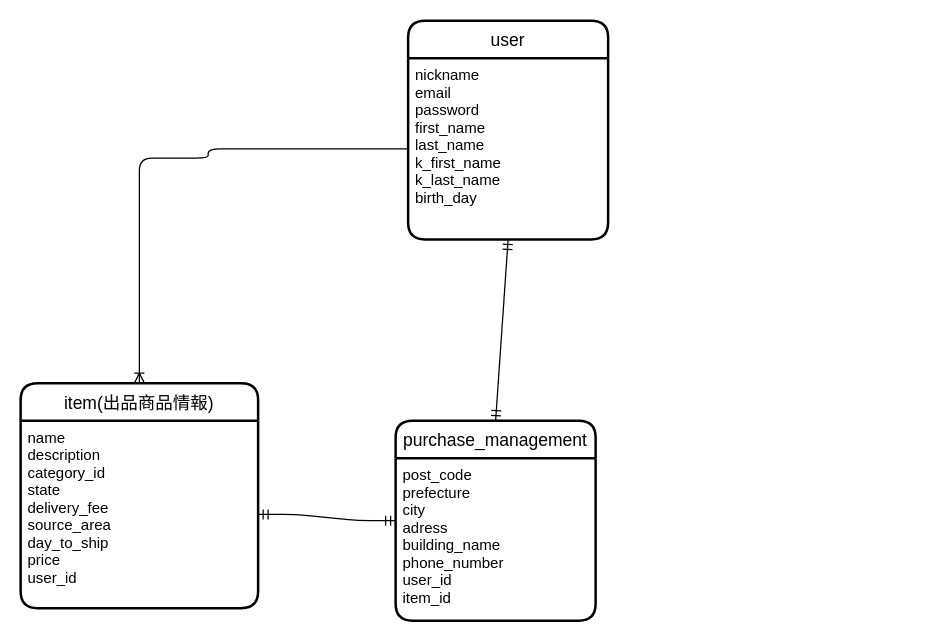
Earlier version of the draw.io diagram furima-33919.dio (katsu0510/furima-33919). Source tidied: cells renumbered, new cells numbered last; positions are measured from the earlier drawing's top-left corner, leaving out a move shared by most shapes. Both pictures are drawn from the tidied source at 125%, with x=0, y=0 at pixel (20, 20).
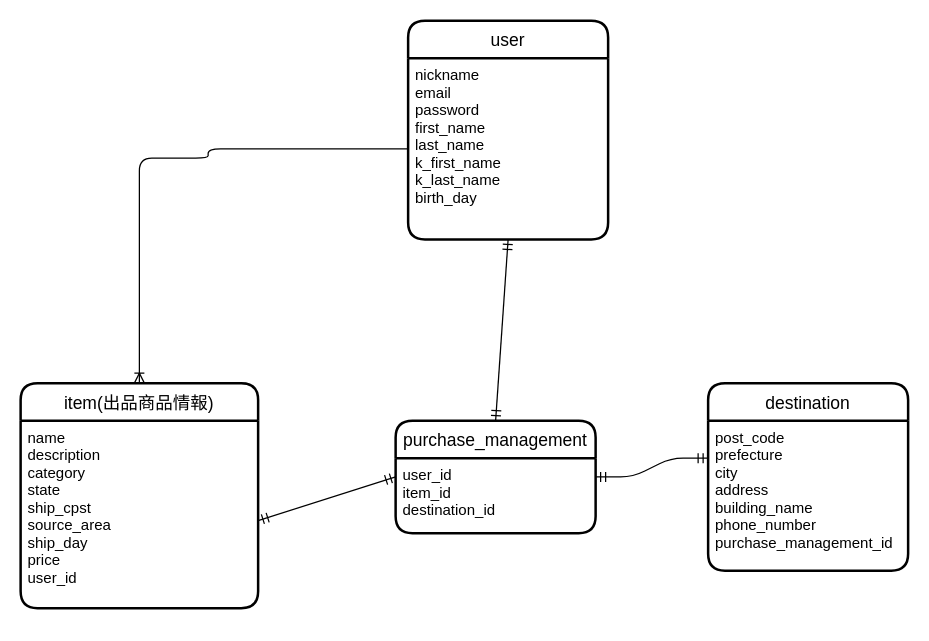
After the change.

The edit, as a diff of the source:
```diff
@@
 <mxGraphModel>
   <root>
     <mxCell id="0" />
     <mxCell id="1" parent="0" />
     <mxCell id="2" value="user" style="swimlane;horizontal=1;startSize=30;rounded=1;fontSize=14;fontStyle=0;strokeWidth=2;shadow=0;dashed=0;align=center;" parent="1" vertex="1">
       <mxGeometry x="310" width="160" height="175" as="geometry" />
     </mxCell>
     <mxCell id="3" value="nickname&#10;email&#10;password&#10;first_name&#10;last_name&#10;k_first_name&#10;k_last_name&#10;birth_day" style="align=left;strokeColor=none;fillColor=none;spacingLeft=4;fontSize=12;verticalAlign=top;" parent="2" vertex="1">
       <mxGeometry y="30" width="160" height="145" as="geometry" />
     </mxCell>
     <mxCell id="4" value="item(出品商品情報)" style="swimlane;horizontal=1;startSize=30;rounded=1;fontSize=14;fontStyle=0;strokeWidth=2;shadow=0;dashed=0;align=center;" parent="1" vertex="1">
       <mxGeometry y="290" width="190" height="180" as="geometry" />
     </mxCell>
-    <mxCell id="5" value="name&#10;description&#10;category_id&#10;state&#10;delivery_fee&#10;source_area&#10;day_to_ship&#10;price&#10;user_id&#10;&#10;" style="align=left;strokeColor=none;fillColor=none;spacingLeft=4;fontSize=12;verticalAlign=top;" parent="4" vertex="1">
+    <mxCell id="5" value="name&#10;description&#10;category&#10;state&#10;ship_cpst&#10;source_area&#10;ship_day&#10;price&#10;user_id&#10;&#10;" style="align=left;strokeColor=none;fillColor=none;spacingLeft=4;fontSize=12;verticalAlign=top;" parent="4" vertex="1">
       <mxGeometry y="30" width="190" height="150" as="geometry" />
     </mxCell>
     <mxCell id="6" value="purchase_management" style="swimlane;horizontal=1;startSize=30;rounded=1;fontSize=14;fontStyle=0;strokeWidth=2;shadow=0;dashed=0;align=center;" parent="1" vertex="1">
-      <mxGeometry x="300" y="320" width="160" height="160" as="geometry" />
+      <mxGeometry x="300" y="320" width="160" height="90" as="geometry" />
     </mxCell>
-    <mxCell id="7" value="post_code&#10;prefecture&#10;city&#10;adress&#10;building_name&#10;phone_number&#10;user_id&#10;item_id" style="align=left;strokeColor=none;fillColor=none;spacingLeft=4;fontSize=12;verticalAlign=top;" parent="6" vertex="1">
-      <mxGeometry y="30" width="160" height="130" as="geometry" />
+    <mxCell id="7" value="user_id&#10;item_id&#10;destination_id" style="align=left;strokeColor=none;fillColor=none;spacingLeft=4;fontSize=12;verticalAlign=top;" parent="6" vertex="1">
+      <mxGeometry y="30" width="160" height="60" as="geometry" />
     </mxCell>
-    <mxCell id="8" style="edgeStyle=entityRelationEdgeStyle;fontSize=12;html=1;endArrow=ERmandOne;startArrow=ERmandOne;exitX=1;exitY=0.5;exitDx=0;exitDy=0;entryX=0;entryY=0.5;entryDx=0;entryDy=0;" parent="1" edge="1" source="5" target="6">
-      <mxGeometry relative="1" as="geometry" />
-    </mxCell>
     <mxCell id="9" style="fontSize=12;html=1;endArrow=ERmandOne;startArrow=ERmandOne;entryX=0.5;entryY=1;entryDx=0;entryDy=0;exitX=0.5;exitY=0;exitDx=0;exitDy=0;" parent="1" edge="1" source="6" target="3">
       <mxGeometry relative="1" as="geometry" />
     </mxCell>
     <mxCell id="10" style="edgeStyle=orthogonalEdgeStyle;fontSize=12;html=1;endArrow=ERoneToMany;entryX=0.5;entryY=0;entryDx=0;entryDy=0;exitX=0;exitY=0.5;exitDx=0;exitDy=0;" parent="1" edge="1" source="3" target="4">
       <mxGeometry relative="1" as="geometry">
         <Array as="points">
           <mxPoint x="150" y="103" />
           <mxPoint x="150" y="110" />
           <mxPoint x="95" y="110" />
         </Array>
       </mxGeometry>
     </mxCell>
+    <mxCell id="11" value="destination" style="swimlane;horizontal=1;startSize=30;rounded=1;fontSize=14;fontStyle=0;strokeWidth=2;shadow=0;dashed=0;align=center;" parent="1" vertex="1">
+      <mxGeometry x="550" y="290" width="160" height="150" as="geometry" />
+    </mxCell>
+    <mxCell id="12" value="post_code&#10;prefecture&#10;city&#10;address&#10;building_name&#10;phone_number&#10;purchase_management_id&#10;" style="align=left;strokeColor=none;fillColor=none;spacingLeft=4;fontSize=12;verticalAlign=top;" parent="11" vertex="1">
+      <mxGeometry y="30" width="160" height="120" as="geometry" />
+    </mxCell>
+    <mxCell id="13" style="edgeStyle=entityRelationEdgeStyle;fontSize=12;html=1;endArrow=ERmandOne;startArrow=ERmandOne;entryX=0;entryY=0.25;entryDx=0;entryDy=0;exitX=1;exitY=0.25;exitDx=0;exitDy=0;" parent="1" edge="1" source="7" target="12">
+      <mxGeometry relative="1" as="geometry" />
+    </mxCell>
+    <mxCell id="14" style="fontSize=12;html=1;endArrow=ERmandOne;startArrow=ERmandOne;entryX=0;entryY=0.5;entryDx=0;entryDy=0;" parent="1" edge="1" target="6">
+      <mxGeometry relative="1" as="geometry">
+        <mxPoint x="190" y="400" as="sourcePoint" />
+      </mxGeometry>
+    </mxCell>
   </root>
 </mxGraphModel>
```
